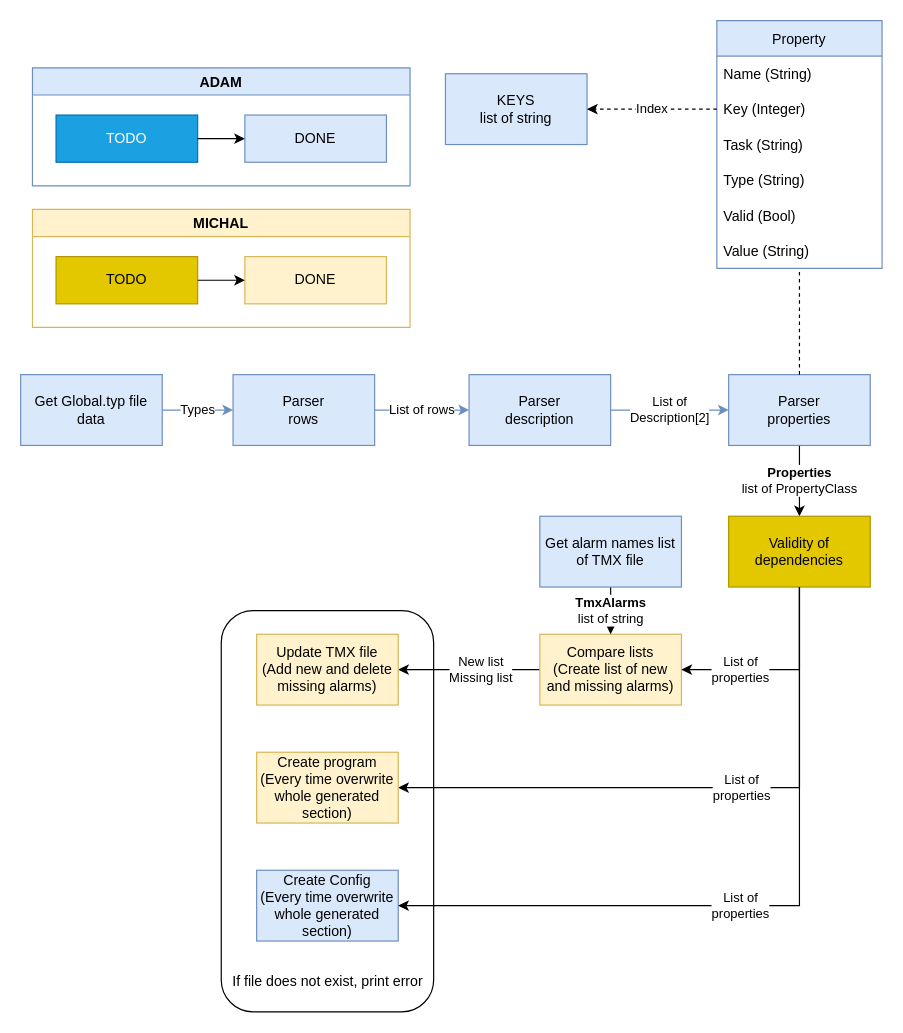
Above: CreateAlarms.drawio in br-automation-community-oss/create-alarms (draw.io), before the change. Source tidied: cells renumbered, new cells numbered last; positions are measured from the earlier drawing's top-left corner, leaving out a move shared by most shapes. Both pictures are drawn from the tidied source at 118%, with x=0, y=0 at pixel (20, 20).
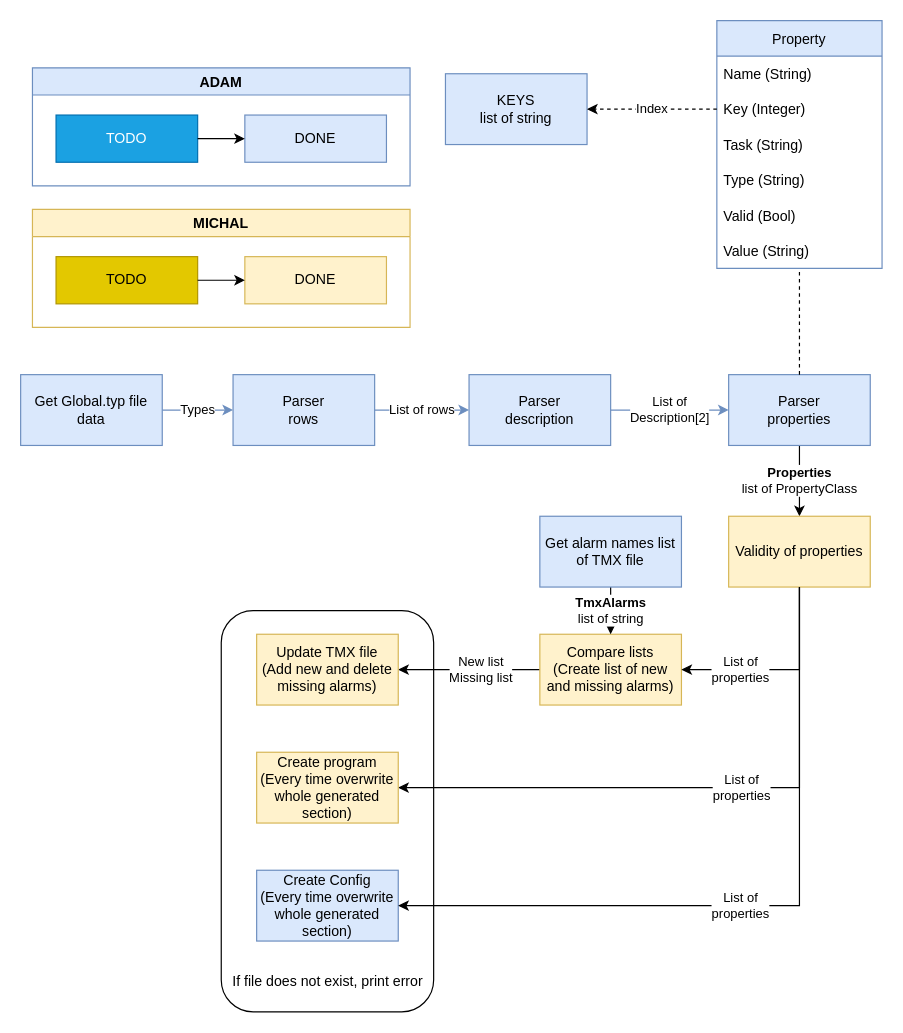
Above is the later version.

Commit message (it also covers changes not shown here):
- Functions rearrangement - Code optimization and editing - Strings from global types are taken without quotation marks

The edit, as a diff of the source:
```diff
@@
-    <mxCell id="18" value="Validity&amp;nbsp;of dependencies" style="rounded=0;whiteSpace=wrap;html=1;fillColor=#e3c800;strokeColor=#B09500;fontColor=#000000;" parent="1" vertex="1">
+    <mxCell id="18" value="Validity&amp;nbsp;of properties" style="rounded=0;whiteSpace=wrap;html=1;fillColor=#fff2cc;strokeColor=#d6b656;" parent="1" vertex="1">
       <mxGeometry x="600" y="420" width="120" height="60" as="geometry" />
     </mxCell>
```
